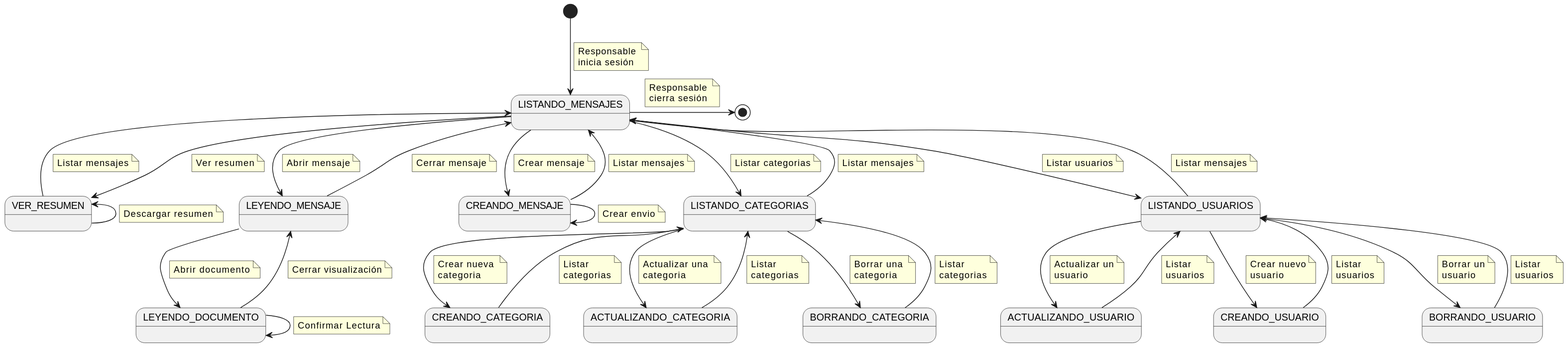
Earlier version of the PlantUML export docs/casosDeUso/diagramaDeContexto/DiagramaDeContextoResponsable/diagramaContextoResponsable.svg (mmasias/24-25-IdSw1-SDR). Its diagram source:
```plantuml
@startuml
state "LISTANDO_MENSAJES" as ListandoMensajes
state "CREANDO_MENSAJE" as CreandoMensaje
state "VER_RESUMEN" as VerResumen
state "LEYENDO_MENSAJE" as LeyendoMensaje
state "LEYENDO_DOCUMENTO" as LeyendoDocumento
state "LISTANDO_CATEGORIAS" as Categorias
state "CREANDO_CATEGORIA" as CreandoCategoria
state "ACTUALIZANDO_CATEGORIA" as ActualizandoCategoria
state "BORRANDO_CATEGORIA" as BorrandoCategoria
state "LISTANDO_USUARIOS" as Usuarios
state "ACTUALIZANDO_USUARIO" as ActualizandoUsuario
state "CREANDO_USUARIO" as CreandoUsuario
state "BORRANDO_USUARIO" as BorrandoUsuario

[*] --> ListandoMensajes
    note on link
        Responsable
        inicia sesión
    end note

ListandoMensajes -> [*]
    note on link
        Responsable
        cierra sesión
    end note


ListandoMensajes --> LeyendoMensaje
    note on link
        Abrir mensaje
    end note

LeyendoMensaje -> LeyendoDocumento
    note on link
        Abrir documento
    end note

LeyendoDocumento --> LeyendoDocumento
    note on link
        Confirmar Lectura
    end note

LeyendoDocumento --> LeyendoMensaje
    note on link
        Cerrar visualización
    end note

LeyendoMensaje --> ListandoMensajes
    note on link
        Cerrar mensaje
    end note

ListandoMensajes --> CreandoMensaje
    note on link
        Crear mensaje
    end note

CreandoMensaje --> CreandoMensaje
    note on link
        Crear envio
    end note

ListandoMensajes--> VerResumen
    note on link
        Ver resumen
    end note

VerResumen -l-> ListandoMensajes
    note on link
        Listar mensajes
    end note

VerResumen -l-> VerResumen
    note on link
        Descargar resumen
    end note

CreandoMensaje --> ListandoMensajes
    note on link
        Listar mensajes
    end note

ListandoMensajes --> Categorias
    note on link
        Listar categorias
    end note

Categorias --> CreandoCategoria
    note on link
        Crear nueva
        categoria
    end note

CreandoCategoria --> Categorias
    note on link
        Listar
        categorias
    end note

Categorias --> ActualizandoCategoria
    note on link
        Actualizar una
        categoria
    end note

ActualizandoCategoria --> Categorias
    note on link
        Listar
        categorias
    end note

Categorias --> BorrandoCategoria
    note on link
        Borrar una
        categoria
    end note

BorrandoCategoria --> Categorias
    note on link
        Listar
        categorias
    end note

Categorias --> ListandoMensajes
    note on link
        Listar mensajes
    end note

ListandoMensajes --> Usuarios
    note on link
        Listar usuarios
    end note

Usuarios --> CreandoUsuario
    note on link
        Crear nuevo
        usuario
    end note

CreandoUsuario --> Usuarios
    note on link
        Listar
        usuarios
    end note

Usuarios --> ActualizandoUsuario
    note on link
        Actualizar un
        usuario
    end note

ActualizandoUsuario --> Usuarios
    note on link
        Listar
        usuarios
    end note

Usuarios --> BorrandoUsuario
    note on link
        Borrar un
        usuario
    end note

BorrandoUsuario --> Usuarios
    note on link
        Listar
        usuarios
    end note

Usuarios --> ListandoMensajes
    note on link
        Listar mensajes
    end note
@enduml
```
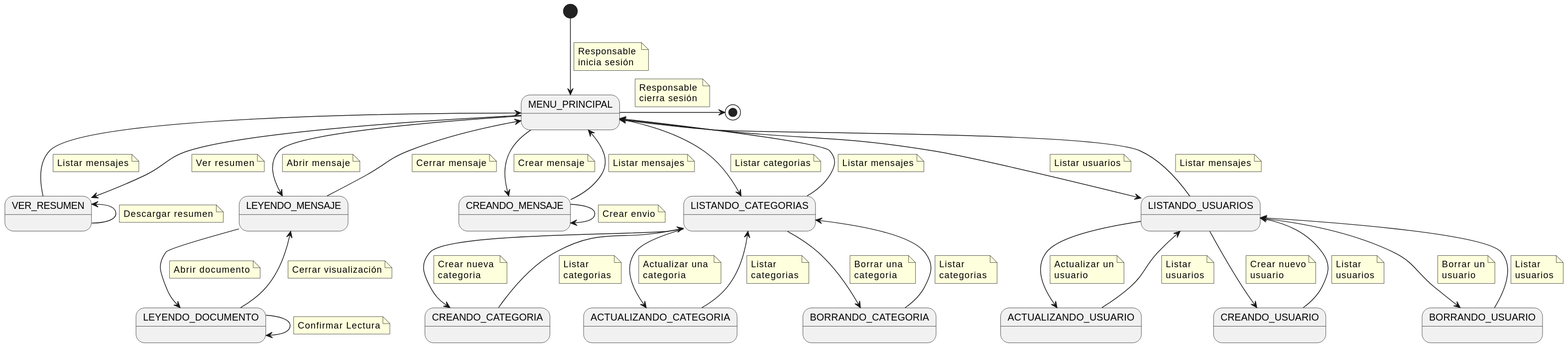
Later version of the same file.

Commit message:
agregando imagen actualizada

Change to the diagram source:
```diff
@@ -1,5 +1,5 @@
 @startuml
-state "LISTANDO_MENSAJES" as ListandoMensajes
+state "MENU_PRINCIPAL" as MenuPrincipal
 state "CREANDO_MENSAJE" as CreandoMensaje
 state "VER_RESUMEN" as VerResumen
 state "LEYENDO_MENSAJE" as LeyendoMensaje
@@ -13,20 +13,20 @@
 state "CREANDO_USUARIO" as CreandoUsuario
 state "BORRANDO_USUARIO" as BorrandoUsuario
 
-[*] --> ListandoMensajes
+[*] --> MenuPrincipal
     note on link
         Responsable
         inicia sesión
     end note
 
-ListandoMensajes -> [*]
+MenuPrincipal -> [*]
     note on link
         Responsable
         cierra sesión
     end note
 
 
-ListandoMensajes --> LeyendoMensaje
+MenuPrincipal --> LeyendoMensaje
     note on link
         Abrir mensaje
     end note
@@ -46,12 +46,12 @@
         Cerrar visualización
     end note
 
-LeyendoMensaje --> ListandoMensajes
+LeyendoMensaje --> MenuPrincipal
     note on link
         Cerrar mensaje
     end note
 
-ListandoMensajes --> CreandoMensaje
+MenuPrincipal --> CreandoMensaje
     note on link
         Crear mensaje
     end note
@@ -61,12 +61,12 @@
         Crear envio
     end note
 
-ListandoMensajes--> VerResumen
+MenuPrincipal--> VerResumen
     note on link
         Ver resumen
     end note
 
-VerResumen -l-> ListandoMensajes
+VerResumen -l-> MenuPrincipal
     note on link
         Listar mensajes
     end note
@@ -76,12 +76,12 @@
         Descargar resumen
     end note
 
-CreandoMensaje --> ListandoMensajes
+CreandoMensaje --> MenuPrincipal
     note on link
         Listar mensajes
     end note
 
-ListandoMensajes --> Categorias
+MenuPrincipal --> Categorias
     note on link
         Listar categorias
     end note
@@ -122,12 +122,12 @@
         categorias
     end note
 
-Categorias --> ListandoMensajes
+Categorias --> MenuPrincipal
     note on link
         Listar mensajes
     end note
 
-ListandoMensajes --> Usuarios
+MenuPrincipal --> Usuarios
     note on link
         Listar usuarios
     end note
@@ -168,7 +168,7 @@
         usuarios
     end note
 
-Usuarios --> ListandoMensajes
+Usuarios --> MenuPrincipal
     note on link
         Listar mensajes
     end note
```
